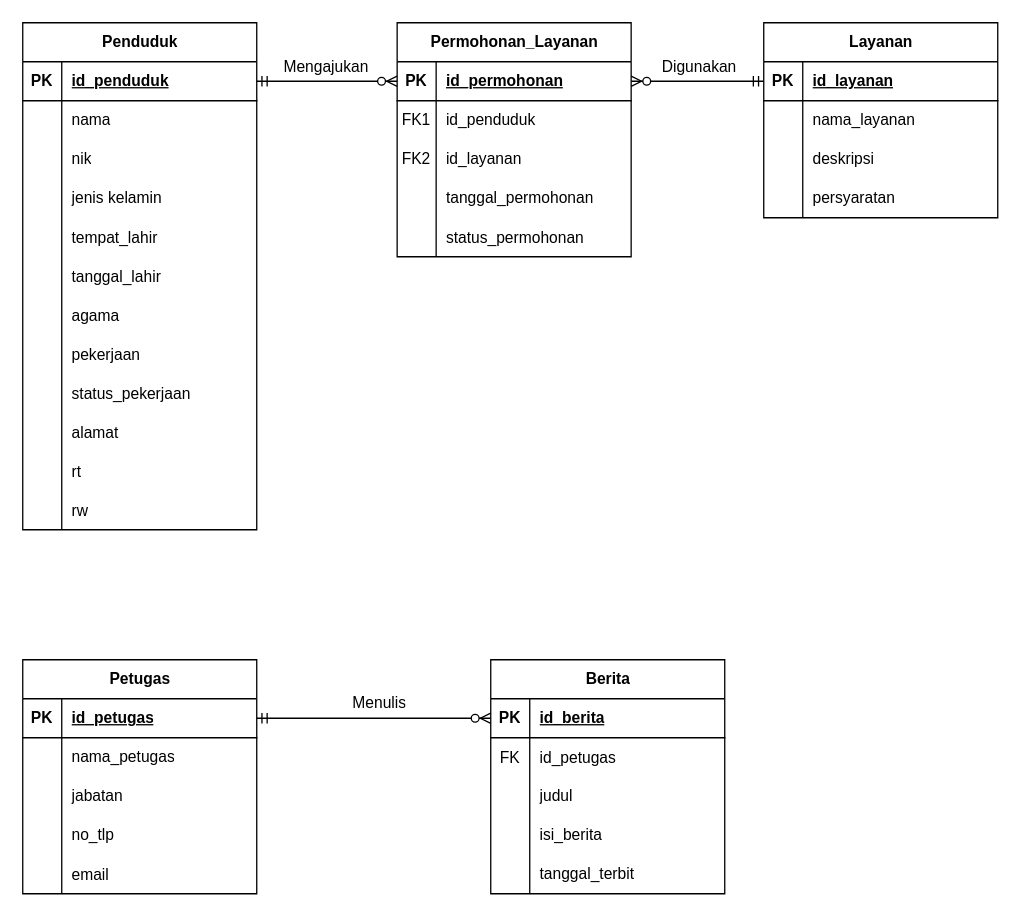
Earlier version of the draw.io diagram docs/KP-LRS.drawio (SammEccent/Project-KP). Source tidied: cells renumbered, new cells numbered last; positions are measured from the earlier drawing's top-left corner, leaving out a move shared by most shapes. Both pictures are drawn from the tidied source at 130%, with x=0, y=0 at pixel (22, 22).
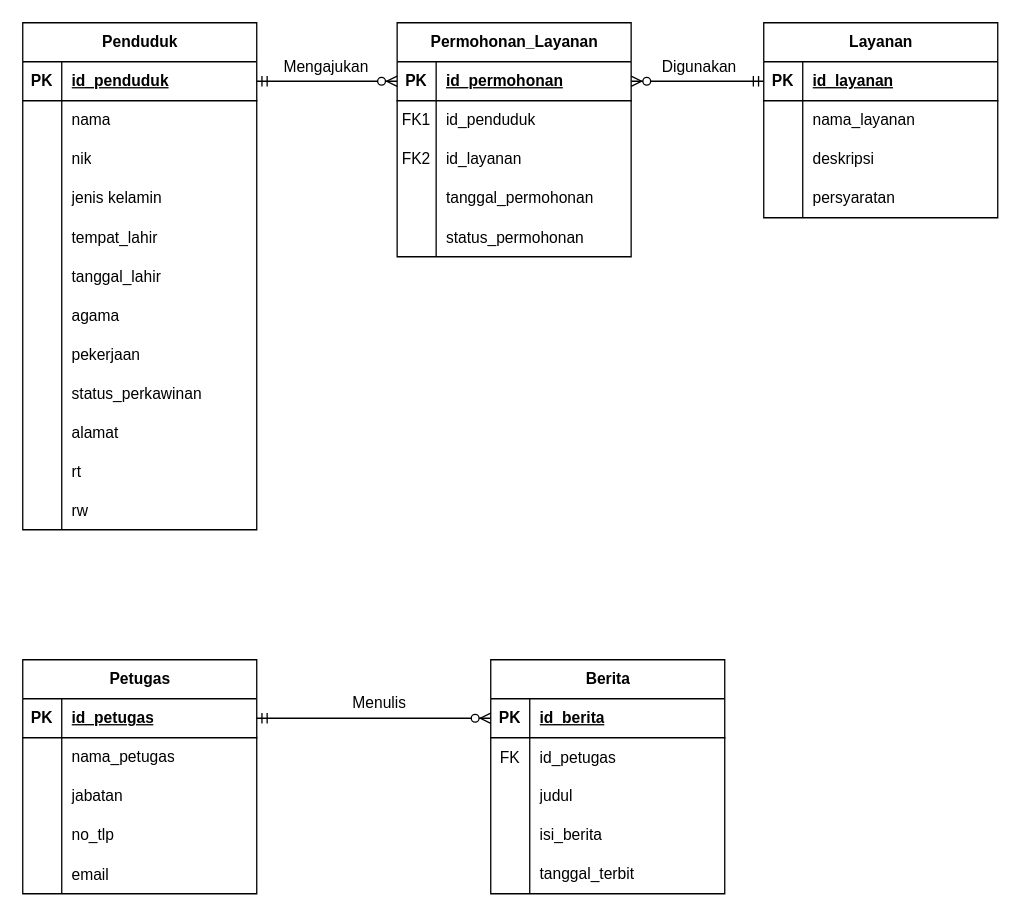
The same page after the edit.

Unchanged cells that the change refers to:
```xml
<mxCell id="27" style="shape=tableRow;horizontal=0;startSize=0;swimlaneHead=0;swimlaneBody=0;fillColor=none;top=0;left=0;right=0;bottom=0;" parent="2" vertex="1">
  <mxGeometry y="270" width="180" height="30" as="geometry" />
</mxCell>
```

Diff of the diagram source:
```diff
@@
-    <mxCell id="29" value="status_pekerjaan" style="shape=partialRectangle;fillColor=none;top=0;left=0;bottom=0;right=0;align=left;spacingLeft=6;overflow=hidden;" parent="27" vertex="1">
+    <mxCell id="29" value="status_perkawinan" style="shape=partialRectangle;fillColor=none;top=0;left=0;bottom=0;right=0;align=left;spacingLeft=6;overflow=hidden;" parent="27" vertex="1">
       <mxGeometry x="30" width="150" height="30" as="geometry" />
     </mxCell>
```
